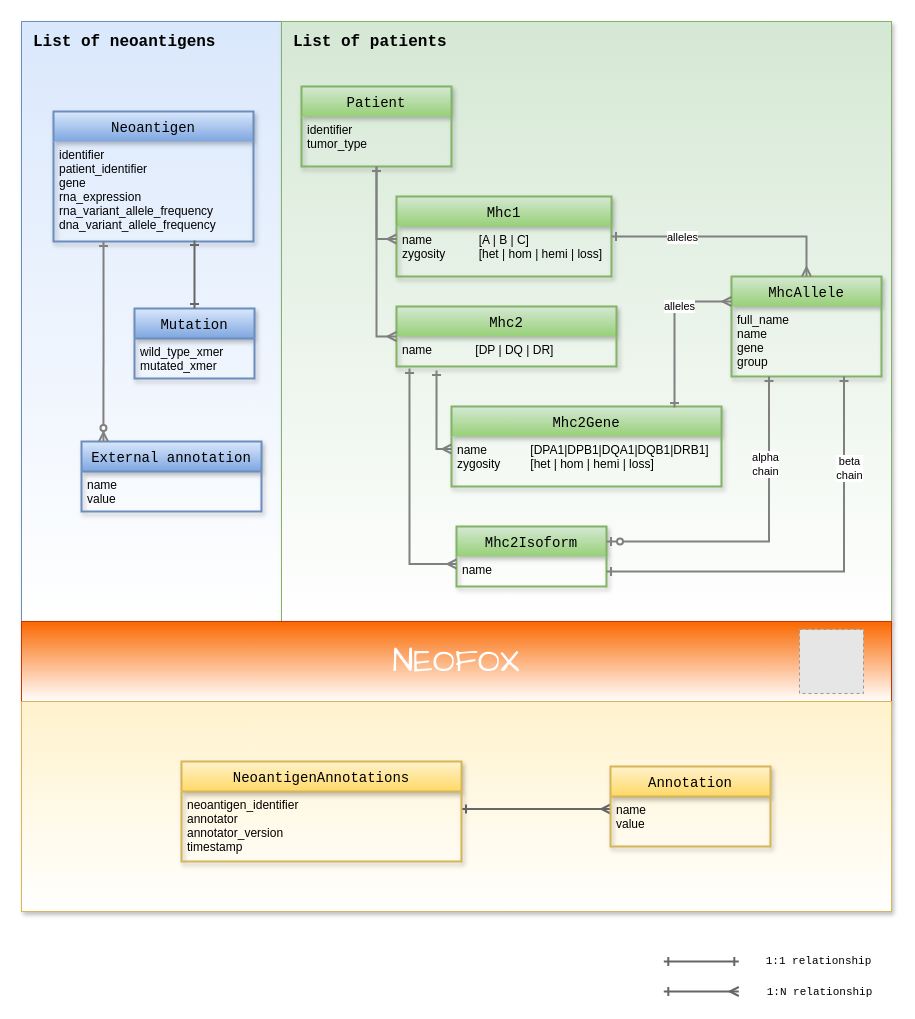
Above: docs/figures/neofox_model.drawio in TRON-Bioinformatics/neofox (draw.io), before the change. Source tidied: cells renumbered, new cells numbered last; positions are measured from the earlier drawing's top-left corner, leaving out a move shared by most shapes. Both pictures are drawn from the tidied source at 100%, with x=0, y=0 at pixel (21, 21). Pictures stored in the file or linked from it are replaced by grey dashed boxes.
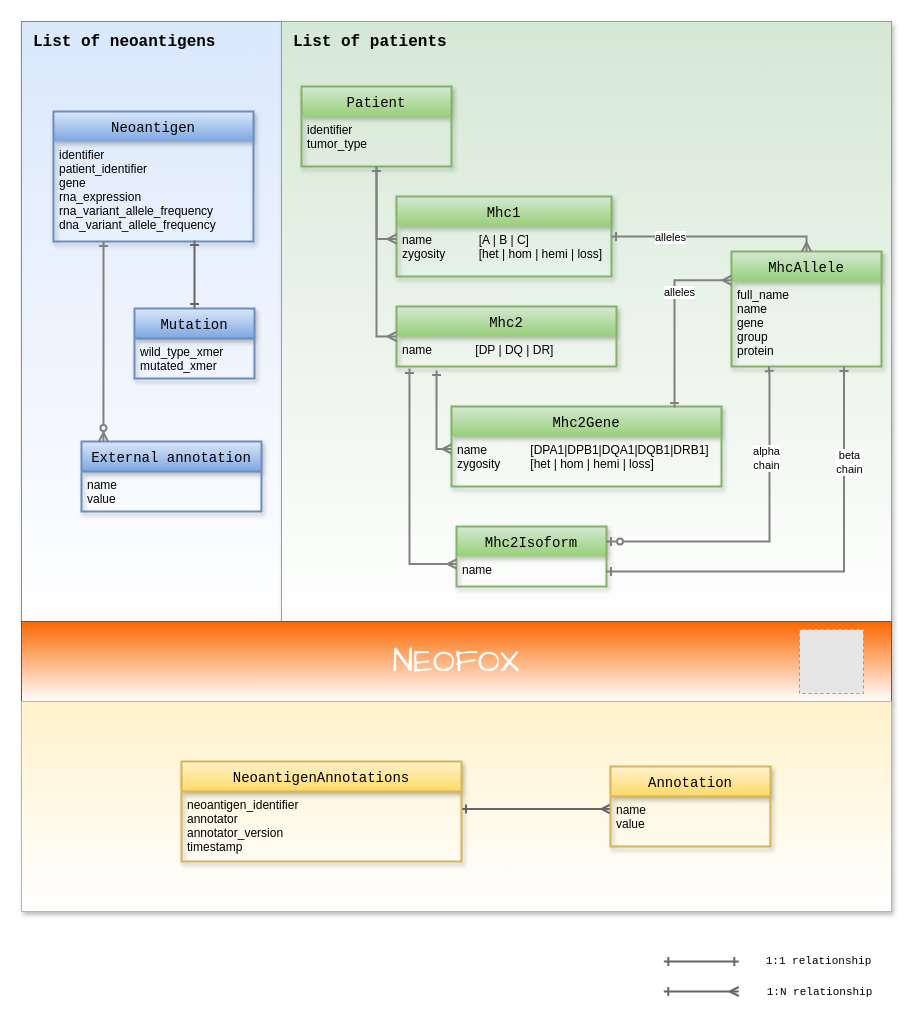
The same diagram, later.

Commit message (it also covers changes not shown here):
add protein to model diagram

The change refers to these unchanged cells:
```xml
<mxCell id="28" value="name              [A | B | C]&#10;zygosity          [het | hom | hemi | loss]" style="align=left;strokeColor=none;fillColor=none;spacingLeft=4;fontSize=12;verticalAlign=top;" parent="27" vertex="1">
  <mxGeometry y="30" width="215" height="50" as="geometry" />
</mxCell>
```

What changed in the source:
```diff
@@
     <mxCell id="35" value="MhcAllele" style="swimlane;horizontal=1;startSize=30;rounded=0;fontSize=14;fontStyle=0;strokeWidth=2;shadow=1;dashed=0;align=center;fontFamily=Courier New;gradientColor=#97d077;fillColor=#d5e8d4;strokeColor=#82b366;sketch=0;swimlaneLine=0;glass=0;" parent="1" vertex="1">
-      <mxGeometry x="710" y="255" width="150" height="100" as="geometry" />
+      <mxGeometry x="710" y="230" width="150" height="115" as="geometry" />
     </mxCell>
-    <mxCell id="36" value="full_name&#10;name&#10;gene&#10;group&#10;" style="align=left;strokeColor=none;fillColor=none;spacingLeft=4;fontSize=12;verticalAlign=top;" parent="35" vertex="1">
-      <mxGeometry y="30" width="150" height="70" as="geometry" />
+    <mxCell id="36" value="full_name&#10;name&#10;gene&#10;group&#10;protein&#10;" style="align=left;strokeColor=none;fillColor=none;spacingLeft=4;fontSize=12;verticalAlign=top;" parent="35" vertex="1">
+      <mxGeometry y="30" width="150" height="85" as="geometry" />
     </mxCell>
@@
     <mxCell id="39" style="edgeStyle=orthogonalEdgeStyle;rounded=0;jettySize=auto;html=1;entryX=0.5;entryY=0;entryDx=0;entryDy=0;endArrow=ERmany;endFill=0;startArrow=ERone;startFill=0;strokeWidth=2;strokeColor=#808080;exitX=1;exitY=0.2;exitDx=0;exitDy=0;exitPerimeter=0;" parent="1" edge="1" source="28" target="35">
-      <mxGeometry relative="1" as="geometry" />
+      <mxGeometry relative="1" as="geometry">
+        <Array as="points">
+          <mxPoint x="785" y="215" />
+        </Array>
+      </mxGeometry>
     </mxCell>
```
